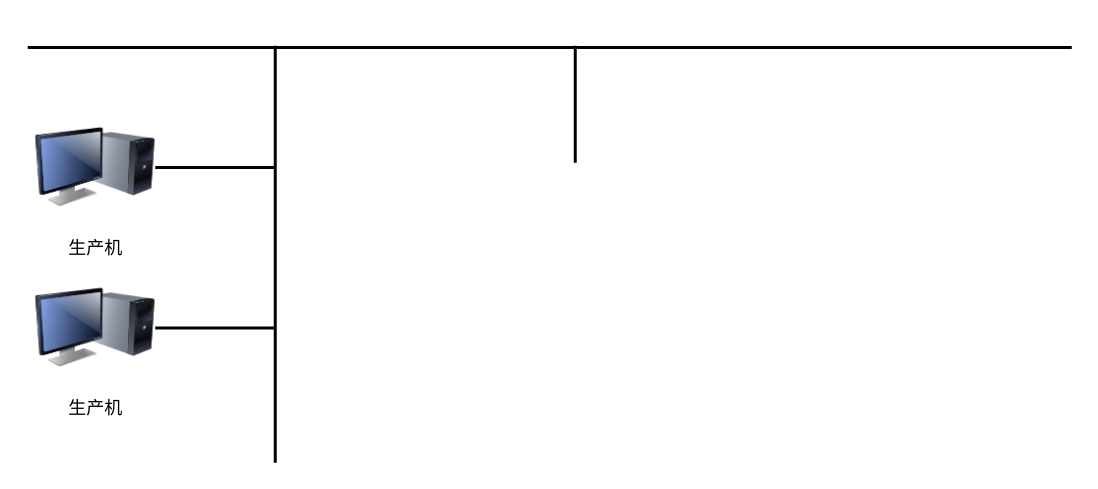
The draw.io diagram 1/Untitled Diagram.drawio in chenzhaoguo/05-LeetCode, before the edit. Source tidied: cells renumbered, new cells numbered last; positions are measured from the earlier drawing's top-left corner, leaving out a move shared by most shapes. Both pictures are drawn from the tidied source at 150%, with x=0, y=0 at pixel (27, 27).
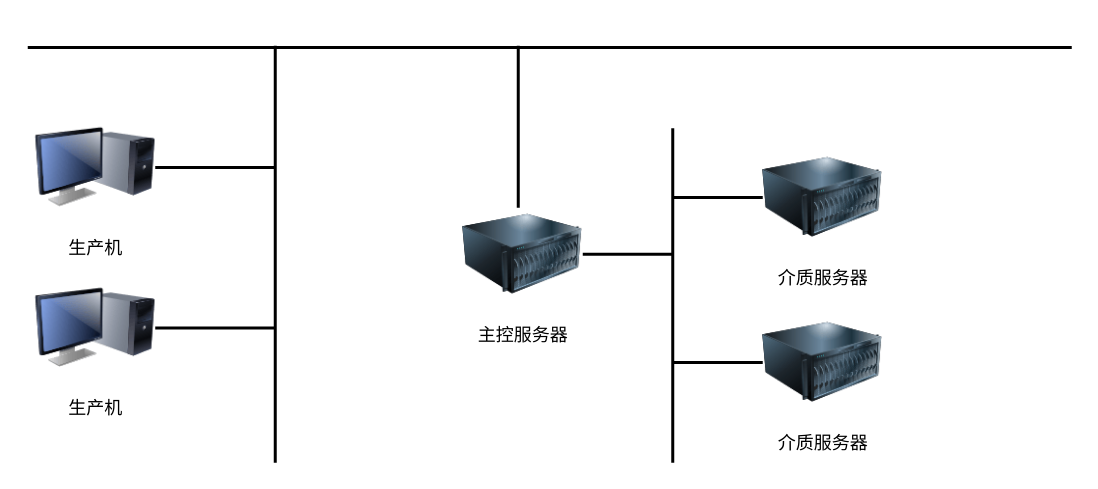
The same page after the edit.

Change to the diagram source:
```diff
@@
 <mxGraphModel>
   <root>
     <mxCell id="0" />
     <mxCell id="1" parent="0" />
     <mxCell id="2" style="line;strokeWidth=2;html=1;" parent="1" vertex="1">
       <mxGeometry width="696" height="26.2" as="geometry" />
     </mxCell>
     <mxCell id="3" style="line;strokeWidth=2;direction=north;html=1;" parent="1" vertex="1">
       <mxGeometry x="160" y="12" width="10" height="278" as="geometry" />
     </mxCell>
     <mxCell id="4" style="line;strokeWidth=2;html=1;" parent="1" vertex="1">
       <mxGeometry x="85" y="80" width="80" height="26.2" as="geometry" />
     </mxCell>
     <mxCell id="5" style="line;strokeWidth=2;html=1;" parent="1" vertex="1">
       <mxGeometry x="85" y="187" width="80" height="26.2" as="geometry" />
     </mxCell>
     <mxCell id="6" value="生产机" style="image;html=1;image=img/lib/clip_art/computers/Monitor_Tower_128x128.png;" parent="1" vertex="1">
       <mxGeometry x="5" y="160.1" width="80" height="80" as="geometry" />
     </mxCell>
     <mxCell id="7" value="生产机" style="image;html=1;image=img/lib/clip_art/computers/Monitor_Tower_128x128.png;" parent="1" vertex="1">
       <mxGeometry x="5" y="53.1" width="80" height="80" as="geometry" />
     </mxCell>
     <mxCell id="8" style="line;strokeWidth=2;direction=north;html=1;" parent="1" vertex="1">
-      <mxGeometry x="360" y="12" width="10" height="78" as="geometry" />
+      <mxGeometry x="322" y="12" width="10" height="108" as="geometry" />
     </mxCell>
+    <mxCell id="9" value="主控服务器" style="image;html=1;image=img/lib/clip_art/computers/Server_128x128.png;" parent="1" vertex="1">
+      <mxGeometry x="290" y="111" width="80" height="80" as="geometry" />
+    </mxCell>
+    <mxCell id="10" style="line;strokeWidth=2;html=1;" parent="1" vertex="1">
+      <mxGeometry x="370" y="137.9" width="60" height="26.2" as="geometry" />
+    </mxCell>
+    <mxCell id="11" style="line;strokeWidth=2;direction=north;html=1;" parent="1" vertex="1">
+      <mxGeometry x="425" y="67" width="10" height="223" as="geometry" />
+    </mxCell>
+    <mxCell id="12" style="line;strokeWidth=2;html=1;" parent="1" vertex="1">
+      <mxGeometry x="430" y="100" width="60" height="26.2" as="geometry" />
+    </mxCell>
+    <mxCell id="13" style="line;strokeWidth=2;html=1;" parent="1" vertex="1">
+      <mxGeometry x="430" y="210" width="60" height="26.2" as="geometry" />
+    </mxCell>
+    <mxCell id="14" value="介质服务器" style="image;html=1;image=img/lib/clip_art/computers/Server_128x128.png;" parent="1" vertex="1">
+      <mxGeometry x="490" y="73.1" width="80" height="80" as="geometry" />
+    </mxCell>
+    <mxCell id="15" value="介质服务器" style="image;html=1;image=img/lib/clip_art/computers/Server_128x128.png;" parent="1" vertex="1">
+      <mxGeometry x="490" y="183.1" width="80" height="80" as="geometry" />
+    </mxCell>
   </root>
 </mxGraphModel>
```
